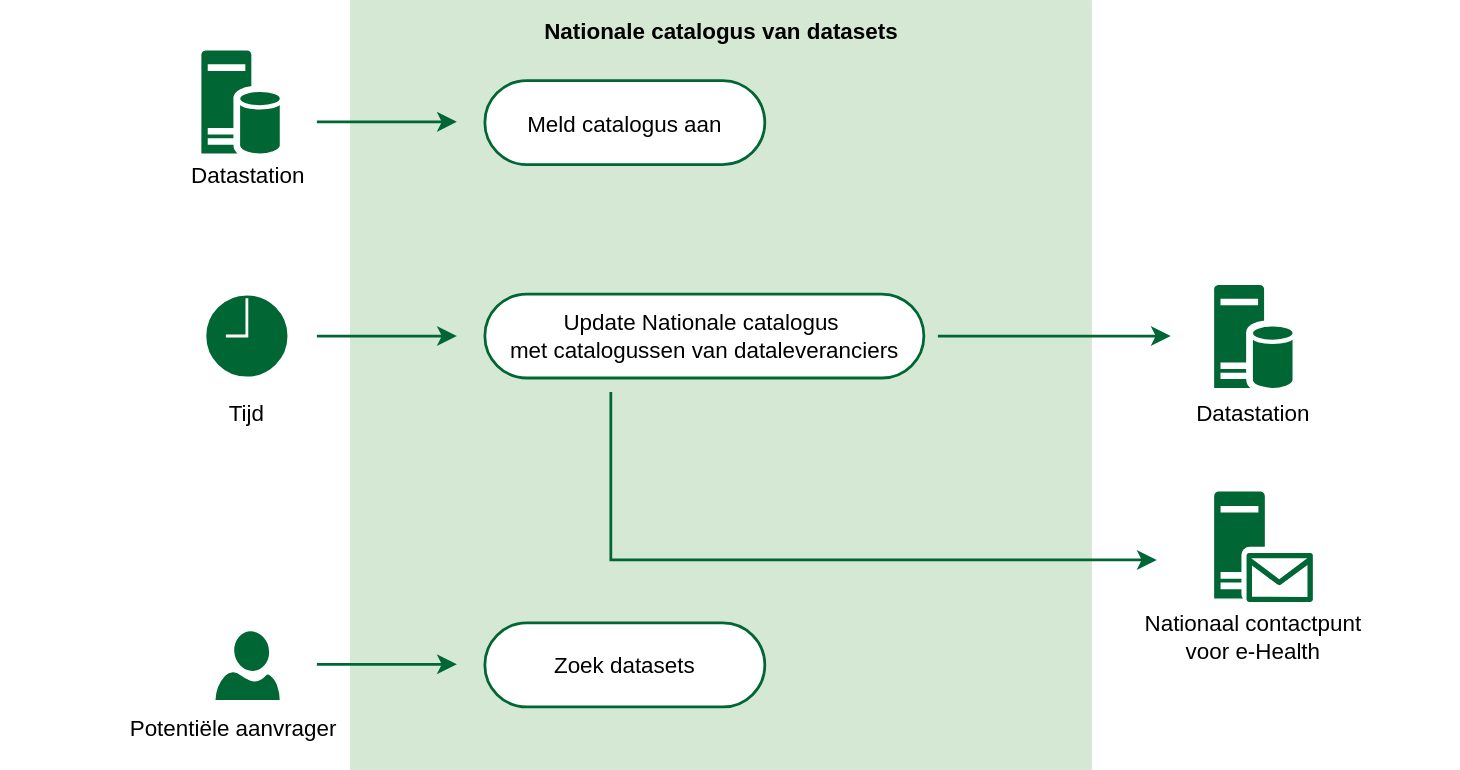
Health-RI/data-station-specification keeps this draw.io diagram as docs/proces/uc-vinden.drawio.svg. Above is the earlier version. Source tidied: cells renumbered, new cells last; positions are measured from the earlier drawing's top-left corner, leaving out a move shared by most shapes.
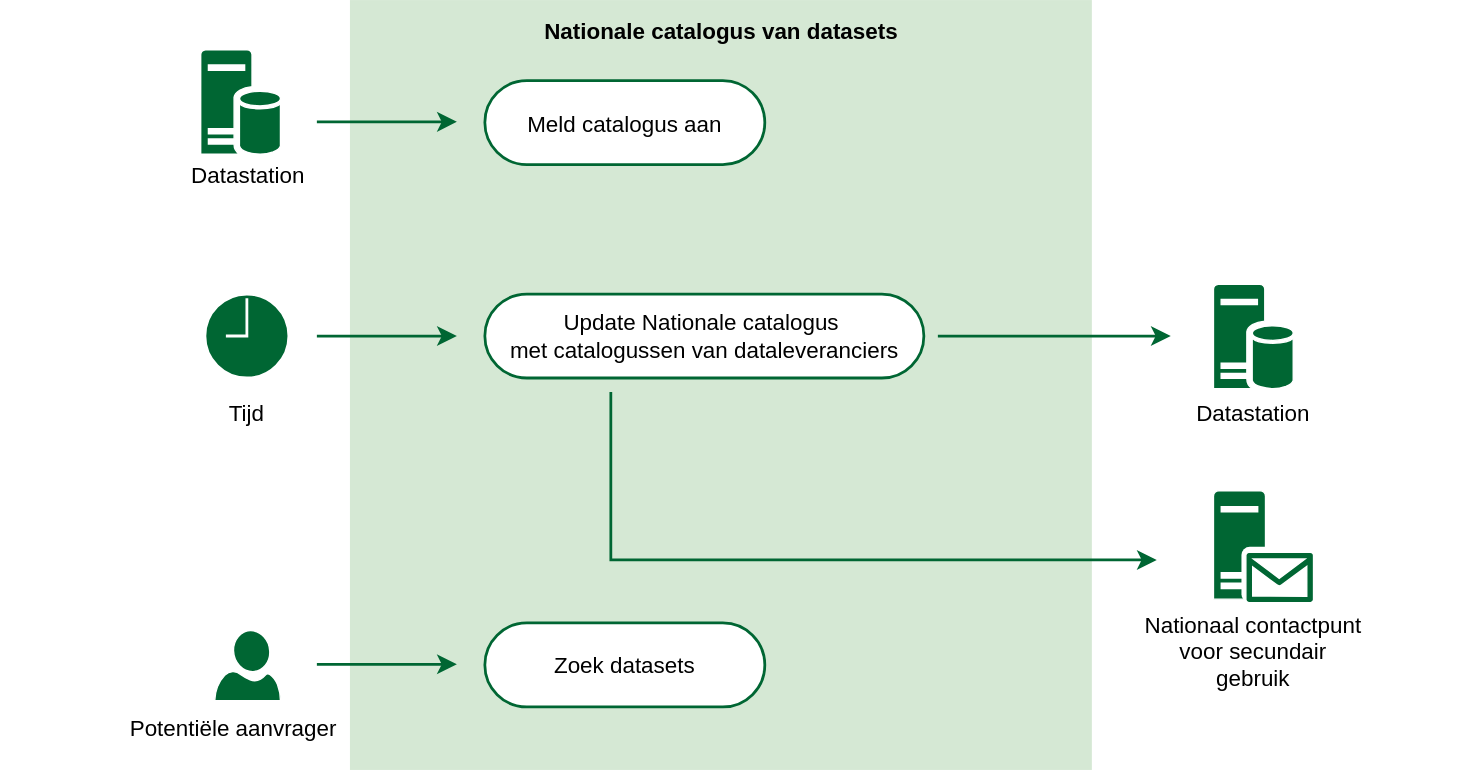
The same diagram one commit later.

Change to the diagram source:
```diff
@@ -44,8 +44,8 @@
     <mxCell id="13" style="sketch=0;shadow=0;dashed=0;html=1;strokeColor=#FFFFFF;labelPosition=center;verticalLabelPosition=bottom;verticalAlign=top;align=center;fillColor=#006633;shape=mxgraph.azure.message2;fontFamily=Arial;" parent="1" vertex="1">
       <mxGeometry x="889.4" y="394" width="48.6" height="36" as="geometry" />
     </mxCell>
-    <mxCell id="14" value="Nationaal contactpunt voor e-Health" style="text;html=1;whiteSpace=wrap;strokeColor=none;fillColor=none;align=center;verticalAlign=middle;rounded=0;fontSize=16;fontFamily=Arial;" parent="1" vertex="1">
-      <mxGeometry x="814.9" y="440" width="159.8" height="30" as="geometry" />
+    <mxCell id="14" value="Nationaal contactpunt voor secundair gebruik" style="text;html=1;whiteSpace=wrap;strokeColor=none;fillColor=none;align=center;verticalAlign=middle;rounded=0;fontSize=16;fontFamily=Arial;" parent="1" vertex="1">
+      <mxGeometry x="814.9" y="450" width="159.8" height="30" as="geometry" />
     </mxCell>
     <mxCell id="15" style="endArrow=classic;html=1;rounded=0;fontSize=12;startSize=8;endSize=8;curved=0;strokeWidth=1.9685;strokeColor=#006633;fontFamily=Arial;" parent="1" edge="1">
       <mxGeometry relative="1" as="geometry">
```
